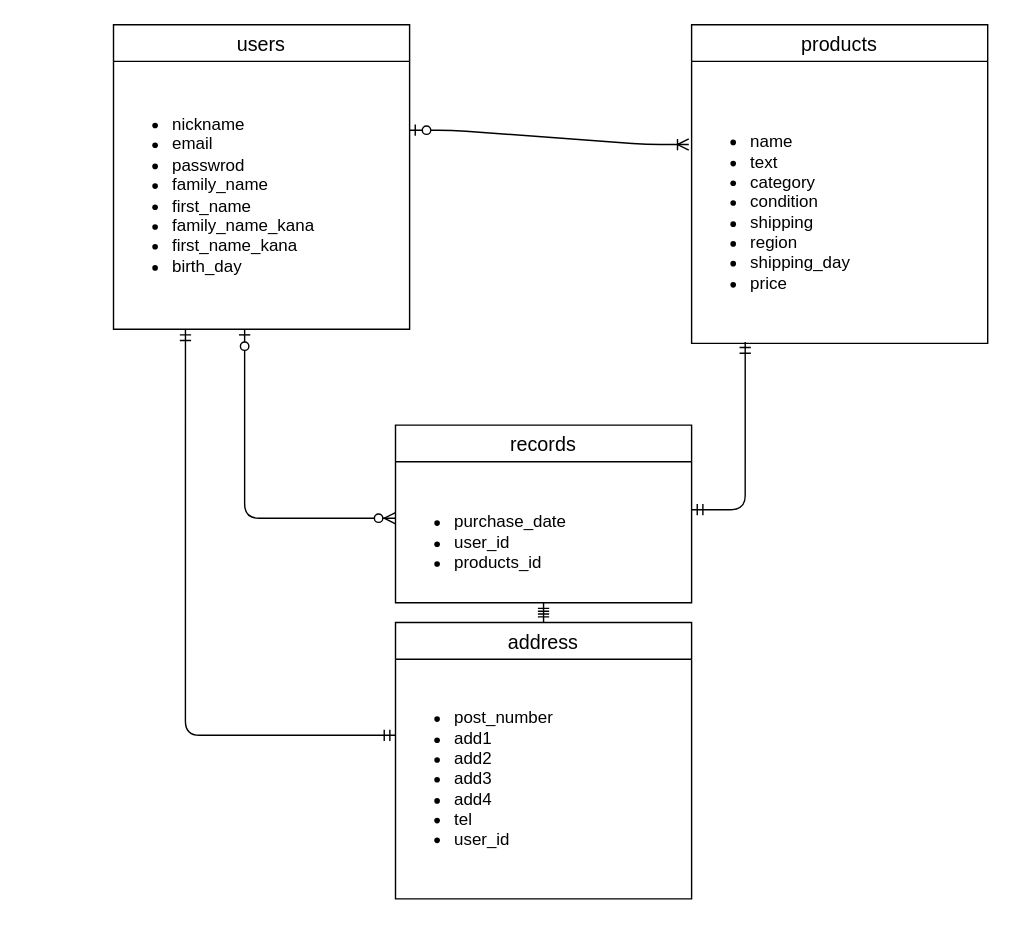
This is furima-31696.dio from atsutomori-82/furima-31696, a draw.io file, before an edit. Source tidied: cells renumbered, new cells numbered last; positions are measured from the earlier drawing's top-left corner, leaving out a move shared by most shapes. Both pictures are drawn from the tidied source at 141%, with x=0, y=0 at pixel (113, 24).
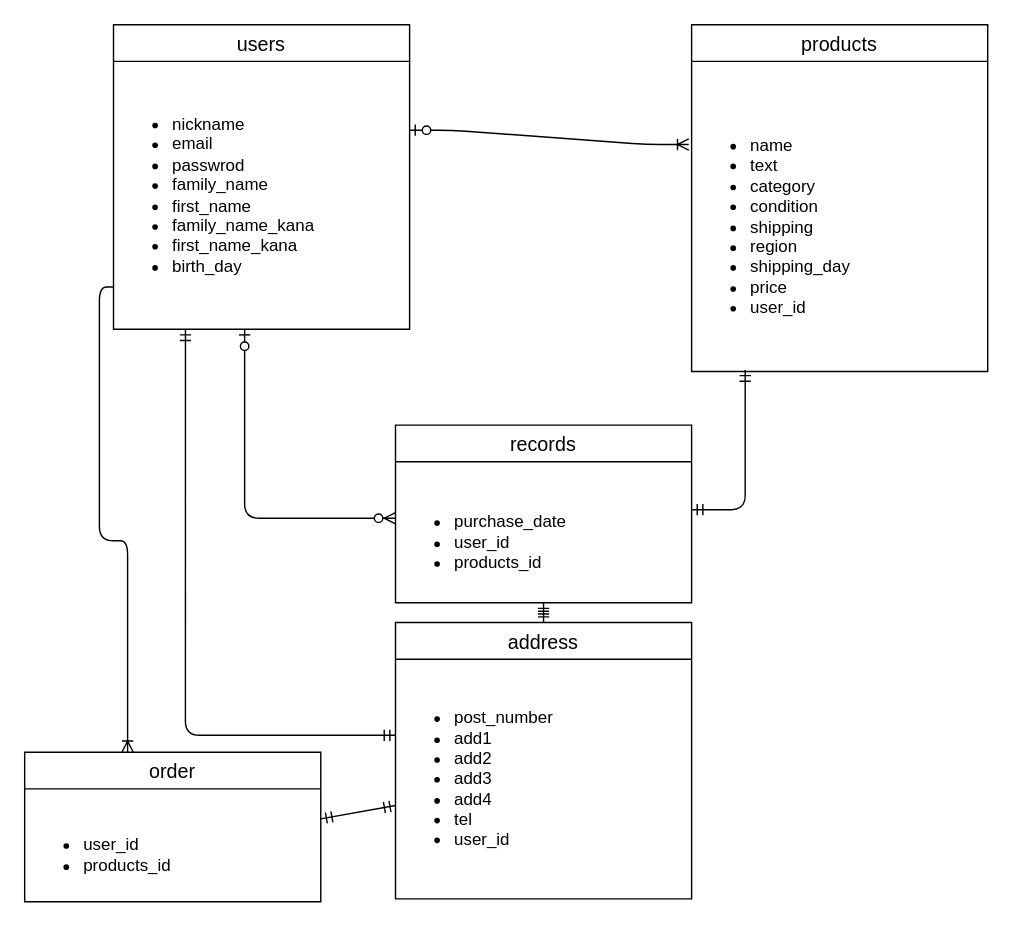
After the change.

Unchanged cells that the change refers to:
```xml
<mxCell id="3" value="&lt;ul&gt;&lt;li&gt;nickname&lt;/li&gt;&lt;li&gt;email&lt;/li&gt;&lt;li&gt;passwrod&lt;/li&gt;&lt;li&gt;family_name&lt;/li&gt;&lt;li&gt;first_name&lt;/li&gt;&lt;li&gt;family_name_kana&lt;/li&gt;&lt;li&gt;first_name_kana&lt;/li&gt;&lt;li&gt;birth_day&lt;/li&gt;&lt;/ul&gt;" style="text;html=1;align=left;verticalAlign=middle;points=[];" parent="2" vertex="1">
  <mxGeometry y="26" width="210" height="190" as="geometry" />
</mxCell>
<mxCell id="7" value="&lt;ul&gt;&lt;li&gt;post_number&lt;/li&gt;&lt;li&gt;add1&lt;/li&gt;&lt;li&gt;add2&lt;/li&gt;&lt;li&gt;add3&lt;/li&gt;&lt;li&gt;add4&lt;/li&gt;&lt;li&gt;tel&lt;/li&gt;&lt;li&gt;user_id&lt;/li&gt;&lt;/ul&gt;" style="text;html=1;align=left;verticalAlign=middle;points=[];" parent="6" vertex="1">
  <mxGeometry y="26" width="210" height="170" as="geometry" />
</mxCell>
```

Diff of the diagram source:
```diff
@@
     <mxCell id="12" value="products" style="swimlane;fontStyle=0;horizontal=1;startSize=26;align=center;fontSize=14;rounded=0;sketch=0;" parent="1" vertex="1">
-      <mxGeometry x="410" width="210" height="226" as="geometry" />
+      <mxGeometry x="410" width="210" height="246" as="geometry" />
     </mxCell>
-    <mxCell id="13" value="&lt;br&gt;&lt;ul&gt;&lt;li&gt;name&lt;/li&gt;&lt;li&gt;text&lt;/li&gt;&lt;li&gt;category&lt;/li&gt;&lt;li&gt;condition&lt;/li&gt;&lt;li&gt;shipping&lt;/li&gt;&lt;li&gt;region&lt;/li&gt;&lt;li&gt;shipping_day&lt;/li&gt;&lt;li&gt;price&lt;/li&gt;&lt;/ul&gt;" style="text;html=1;align=left;verticalAlign=middle;points=[];" parent="12" vertex="1">
-      <mxGeometry y="26" width="210" height="200" as="geometry" />
+    <mxCell id="13" value="&lt;br&gt;&lt;ul&gt;&lt;li&gt;name&lt;/li&gt;&lt;li&gt;text&lt;/li&gt;&lt;li&gt;category&lt;/li&gt;&lt;li&gt;condition&lt;/li&gt;&lt;li&gt;shipping&lt;/li&gt;&lt;li&gt;region&lt;/li&gt;&lt;li&gt;shipping_day&lt;/li&gt;&lt;li&gt;price&lt;/li&gt;&lt;li&gt;user_id&lt;/li&gt;&lt;/ul&gt;" style="text;html=1;align=left;verticalAlign=middle;points=[];" parent="12" vertex="1">
+      <mxGeometry y="26" width="210" height="220" as="geometry" />
     </mxCell>
@@
+    <mxCell id="15" value="order" style="swimlane;fontStyle=0;horizontal=1;startSize=26;align=center;fontSize=14;rounded=0;sketch=0;" parent="1" vertex="1">
+      <mxGeometry x="-63" y="516" width="210" height="106" as="geometry" />
+    </mxCell>
+    <mxCell id="16" value="&lt;br&gt;&lt;ul&gt;&lt;li&gt;user_id&lt;/li&gt;&lt;li&gt;products_id&lt;/li&gt;&lt;/ul&gt;" style="text;html=1;align=left;verticalAlign=middle;points=[];" parent="15" vertex="1">
+      <mxGeometry y="26" width="210" height="80" as="geometry" />
+    </mxCell>
+    <mxCell id="17" style="fontSize=12;html=1;endArrow=ERoneToMany;align=center;edgeStyle=orthogonalEdgeStyle;" parent="1" edge="1" source="3" target="15">
+      <mxGeometry relative="1" as="geometry">
+        <Array as="points">
+          <mxPoint x="-10" y="186" />
+          <mxPoint x="-10" y="366" />
+          <mxPoint x="10" y="366" />
+        </Array>
+      </mxGeometry>
+    </mxCell>
+    <mxCell id="18" style="fontSize=12;html=1;endArrow=ERmandOne;startArrow=ERmandOne;align=center;" parent="1" edge="1" source="16" target="7">
+      <mxGeometry relative="1" as="geometry" />
+    </mxCell>
```
